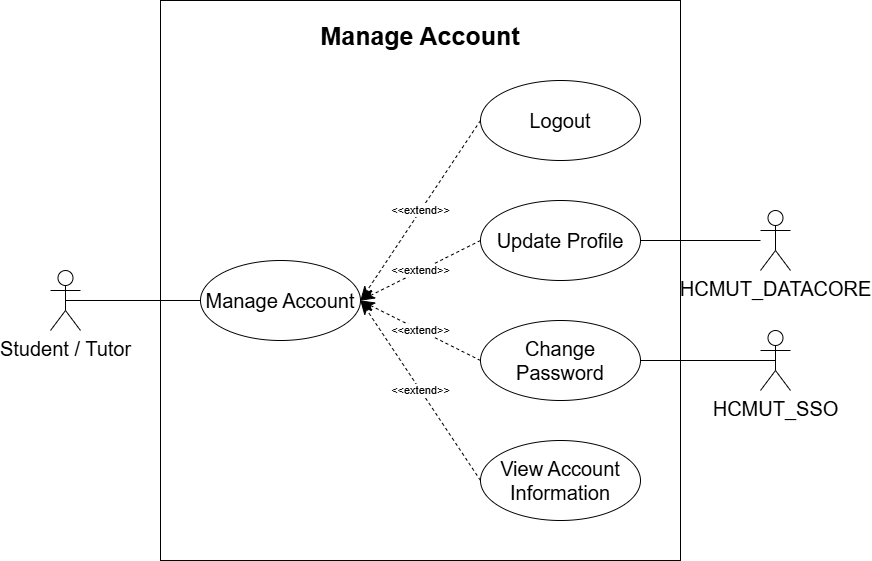
Before: docs/usecases/detailed/manage_account.drawio.png, a diagram exported from draw.io (lamtranhuynhha/tutor-support-system). Source tidied: cells renumbered, new cells last; positions are measured from the earlier drawing's top-left corner, leaving out a move shared by most shapes. Its diagram source:
```xml
<mxGraphModel background="#ffffff">
  <root>
    <mxCell id="0" />
    <mxCell id="1" parent="0" />
    <mxCell id="2" style="rounded=0;whiteSpace=wrap;html=1;" parent="1" vertex="1">
      <mxGeometry x="110" width="520" height="560" as="geometry" />
    </mxCell>
    <mxCell id="3" value="Manage Account" style="ellipse;whiteSpace=wrap;html=1;fontSize=20;" parent="1" vertex="1">
      <mxGeometry x="150" y="260" width="160" height="80" as="geometry" />
    </mxCell>
    <mxCell id="4" value="Student / Tutor" style="shape=umlActor;verticalLabelPosition=bottom;verticalAlign=top;html=1;fontSize=20;" parent="1" vertex="1">
      <mxGeometry y="270" width="30" height="60" as="geometry" />
    </mxCell>
    <mxCell id="5" value="HCMUT_SSO" style="shape=umlActor;verticalLabelPosition=bottom;verticalAlign=top;html=1;fontSize=20;" parent="1" vertex="1">
      <mxGeometry x="710" y="330" width="30" height="60" as="geometry" />
    </mxCell>
    <mxCell id="6" value="Update Profile" style="ellipse;whiteSpace=wrap;html=1;fontSize=20;" parent="1" vertex="1">
      <mxGeometry x="430" y="200" width="160" height="80" as="geometry" />
    </mxCell>
    <mxCell id="7" style="endArrow=none;html=1;rounded=0;exitX=0.5;exitY=0.5;exitDx=0;exitDy=0;exitPerimeter=0;entryX=0;entryY=0.5;entryDx=0;entryDy=0;fontSize=20;" parent="1" edge="1" source="4" target="3">
      <mxGeometry relative="1" as="geometry" />
    </mxCell>
    <mxCell id="8" style="endArrow=none;html=1;rounded=0;entryX=0.5;entryY=0.5;entryDx=0;entryDy=0;entryPerimeter=0;exitX=1;exitY=0.5;exitDx=0;exitDy=0;" parent="1" edge="1" source="14" target="5">
      <mxGeometry relative="1" as="geometry" />
    </mxCell>
    <mxCell id="9" value="&amp;lt;&amp;lt;extend&amp;gt;&amp;gt;" style="endArrow=classicThin;endSize=12;dashed=1;html=1;rounded=0;exitX=0;exitY=0.5;exitDx=0;exitDy=0;entryX=1;entryY=0.5;entryDx=0;entryDy=0;endFill=1;" parent="1" edge="1" source="6" target="3">
      <mxGeometry relative="1" as="geometry" />
    </mxCell>
    <mxCell id="10" value="Logout" style="ellipse;whiteSpace=wrap;html=1;fontSize=20;" parent="1" vertex="1">
      <mxGeometry x="430" y="80" width="160" height="80" as="geometry" />
    </mxCell>
    <mxCell id="11" value="View Account Information" style="ellipse;whiteSpace=wrap;html=1;fontSize=20;" parent="1" vertex="1">
      <mxGeometry x="430" y="440" width="160" height="80" as="geometry" />
    </mxCell>
    <mxCell id="12" value="&amp;lt;&amp;lt;extend&amp;gt;&amp;gt;" style="endArrow=classicThin;endSize=12;dashed=1;html=1;rounded=0;entryX=1;entryY=0.5;entryDx=0;entryDy=0;exitX=0;exitY=0.5;exitDx=0;exitDy=0;endFill=1;" parent="1" edge="1" source="10" target="3">
      <mxGeometry relative="1" as="geometry" />
    </mxCell>
    <mxCell id="13" value="&amp;lt;&amp;lt;extend&amp;gt;&amp;gt;" style="endArrow=classicThin;endSize=12;dashed=1;html=1;rounded=0;exitX=0;exitY=0.5;exitDx=0;exitDy=0;entryX=1;entryY=0.5;entryDx=0;entryDy=0;endFill=1;" parent="1" edge="1" source="11" target="3">
      <mxGeometry relative="1" as="geometry" />
    </mxCell>
    <mxCell id="14" value="Change Password" style="ellipse;whiteSpace=wrap;html=1;fontSize=20;" parent="1" vertex="1">
      <mxGeometry x="430" y="320" width="160" height="80" as="geometry" />
    </mxCell>
    <mxCell id="15" value="&amp;lt;&amp;lt;extend&amp;gt;&amp;gt;" style="endArrow=classicThin;endSize=12;dashed=1;html=1;rounded=0;exitX=0;exitY=0.5;exitDx=0;exitDy=0;entryX=1;entryY=0.5;entryDx=0;entryDy=0;endFill=1;" parent="1" edge="1" source="14" target="3">
      <mxGeometry relative="1" as="geometry" />
    </mxCell>
    <mxCell id="16" value="&lt;font style=&quot;font-size: 25px;&quot;&gt;&lt;b&gt;Manage Account&lt;/b&gt;&lt;/font&gt;" style="text;html=1;align=center;verticalAlign=middle;whiteSpace=wrap;rounded=0;" parent="1" vertex="1">
      <mxGeometry x="260" y="20" width="220" height="30" as="geometry" />
    </mxCell>
    <mxCell id="17" value="HCMUT_DATACORE" style="shape=umlActor;verticalLabelPosition=bottom;verticalAlign=top;html=1;fontSize=20;" parent="1" vertex="1">
      <mxGeometry x="710" y="210" width="30" height="60" as="geometry" />
    </mxCell>
    <mxCell id="18" style="endArrow=none;html=1;exitX=1;exitY=0.5;exitDx=0;exitDy=0;" parent="1" edge="1" source="6" target="17">
      <mxGeometry relative="1" as="geometry" />
    </mxCell>
  </root>
</mxGraphModel>
```
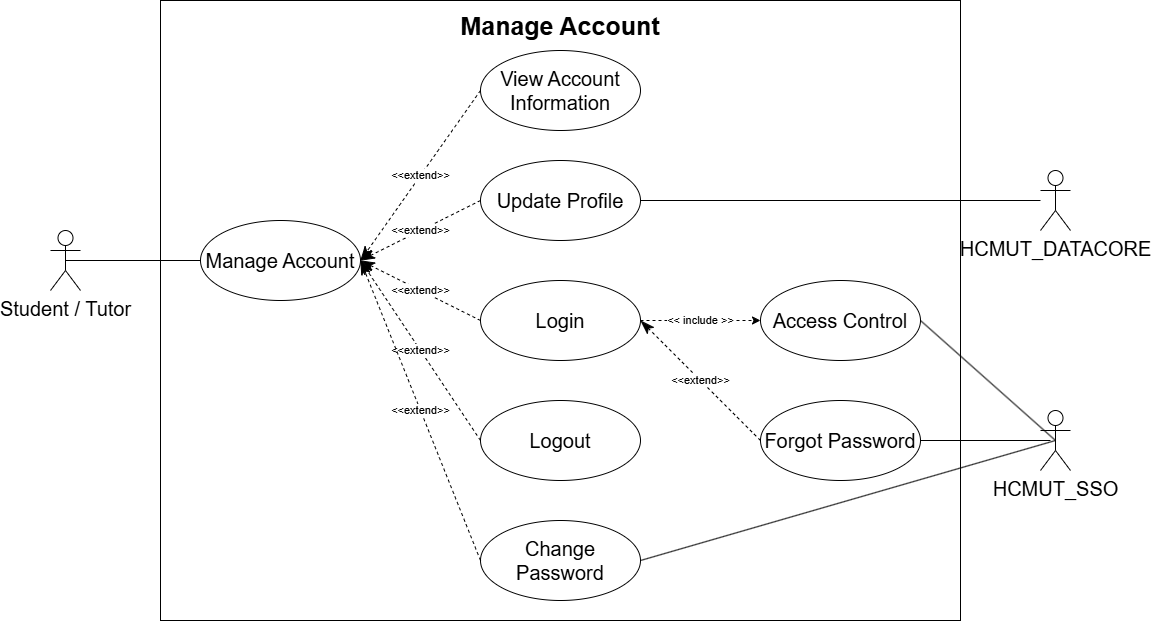
The same diagram one commit later.

Commit message:
update uc manage account, match tutors, system

Change to the diagram source:
```diff
@@ -3,7 +3,7 @@
     <mxCell id="0" />
     <mxCell id="1" parent="0" />
     <mxCell id="2" style="rounded=0;whiteSpace=wrap;html=1;" parent="1" vertex="1">
-      <mxGeometry x="110" width="520" height="560" as="geometry" />
+      <mxGeometry x="110" y="40" width="800" height="620" as="geometry" />
     </mxCell>
     <mxCell id="3" value="Manage Account" style="ellipse;whiteSpace=wrap;html=1;fontSize=20;" parent="1" vertex="1">
       <mxGeometry x="150" y="260" width="160" height="80" as="geometry" />
@@ -12,7 +12,7 @@
       <mxGeometry y="270" width="30" height="60" as="geometry" />
     </mxCell>
     <mxCell id="5" value="HCMUT_SSO" style="shape=umlActor;verticalLabelPosition=bottom;verticalAlign=top;html=1;fontSize=20;" parent="1" vertex="1">
-      <mxGeometry x="710" y="330" width="30" height="60" as="geometry" />
+      <mxGeometry x="990" y="450" width="30" height="60" as="geometry" />
     </mxCell>
     <mxCell id="6" value="Update Profile" style="ellipse;whiteSpace=wrap;html=1;fontSize=20;" parent="1" vertex="1">
       <mxGeometry x="430" y="200" width="160" height="80" as="geometry" />
@@ -27,10 +27,10 @@
       <mxGeometry relative="1" as="geometry" />
     </mxCell>
     <mxCell id="10" value="Logout" style="ellipse;whiteSpace=wrap;html=1;fontSize=20;" parent="1" vertex="1">
-      <mxGeometry x="430" y="80" width="160" height="80" as="geometry" />
+      <mxGeometry x="430" y="440" width="160" height="80" as="geometry" />
     </mxCell>
     <mxCell id="11" value="View Account Information" style="ellipse;whiteSpace=wrap;html=1;fontSize=20;" parent="1" vertex="1">
-      <mxGeometry x="430" y="440" width="160" height="80" as="geometry" />
+      <mxGeometry x="430" y="90" width="160" height="80" as="geometry" />
     </mxCell>
     <mxCell id="12" value="&amp;lt;&amp;lt;extend&amp;gt;&amp;gt;" style="endArrow=classicThin;endSize=12;dashed=1;html=1;rounded=0;entryX=1;entryY=0.5;entryDx=0;entryDy=0;exitX=0;exitY=0.5;exitDx=0;exitDy=0;endFill=1;" parent="1" edge="1" source="10" target="3">
       <mxGeometry relative="1" as="geometry" />
@@ -39,19 +39,45 @@
       <mxGeometry relative="1" as="geometry" />
     </mxCell>
     <mxCell id="14" value="Change Password" style="ellipse;whiteSpace=wrap;html=1;fontSize=20;" parent="1" vertex="1">
-      <mxGeometry x="430" y="320" width="160" height="80" as="geometry" />
+      <mxGeometry x="430" y="560" width="160" height="80" as="geometry" />
     </mxCell>
     <mxCell id="15" value="&amp;lt;&amp;lt;extend&amp;gt;&amp;gt;" style="endArrow=classicThin;endSize=12;dashed=1;html=1;rounded=0;exitX=0;exitY=0.5;exitDx=0;exitDy=0;entryX=1;entryY=0.5;entryDx=0;entryDy=0;endFill=1;" parent="1" edge="1" source="14" target="3">
       <mxGeometry relative="1" as="geometry" />
     </mxCell>
     <mxCell id="16" value="&lt;font style=&quot;font-size: 25px;&quot;&gt;&lt;b&gt;Manage Account&lt;/b&gt;&lt;/font&gt;" style="text;html=1;align=center;verticalAlign=middle;whiteSpace=wrap;rounded=0;" parent="1" vertex="1">
-      <mxGeometry x="260" y="20" width="220" height="30" as="geometry" />
+      <mxGeometry x="400" y="50" width="220" height="30" as="geometry" />
     </mxCell>
     <mxCell id="17" value="HCMUT_DATACORE" style="shape=umlActor;verticalLabelPosition=bottom;verticalAlign=top;html=1;fontSize=20;" parent="1" vertex="1">
-      <mxGeometry x="710" y="210" width="30" height="60" as="geometry" />
+      <mxGeometry x="990" y="210" width="30" height="60" as="geometry" />
     </mxCell>
     <mxCell id="18" style="endArrow=none;html=1;exitX=1;exitY=0.5;exitDx=0;exitDy=0;" parent="1" edge="1" source="6" target="17">
       <mxGeometry relative="1" as="geometry" />
     </mxCell>
+    <mxCell id="19" value="&amp;lt;&amp;lt; include &amp;gt;&amp;gt;" style="edgeStyle=none;html=1;entryX=0;entryY=0.5;entryDx=0;entryDy=0;dashed=1;" parent="1" edge="1" source="20" target="22">
+      <mxGeometry relative="1" as="geometry" />
+    </mxCell>
+    <mxCell id="20" value="Login" style="ellipse;whiteSpace=wrap;html=1;fontSize=20;" parent="1" vertex="1">
+      <mxGeometry x="430" y="320" width="160" height="80" as="geometry" />
+    </mxCell>
+    <mxCell id="21" value="&amp;lt;&amp;lt;extend&amp;gt;&amp;gt;" style="endArrow=classicThin;endSize=12;dashed=1;html=1;rounded=0;exitX=0;exitY=0.5;exitDx=0;exitDy=0;entryX=1;entryY=0.5;entryDx=0;entryDy=0;endFill=1;" parent="1" edge="1" source="20" target="3">
+      <mxGeometry relative="1" as="geometry" />
+    </mxCell>
+    <mxCell id="22" value="Access Control" style="ellipse;whiteSpace=wrap;html=1;fontSize=20;" parent="1" vertex="1">
+      <mxGeometry x="710" y="320" width="160" height="80" as="geometry" />
+    </mxCell>
+    <mxCell id="23" style="endArrow=none;html=1;rounded=0;exitX=1;exitY=0.5;exitDx=0;exitDy=0;entryX=0.5;entryY=0.5;entryDx=0;entryDy=0;entryPerimeter=0;" parent="1" edge="1" source="22" target="5">
+      <mxGeometry relative="1" as="geometry" />
+    </mxCell>
+    <mxCell id="24" value="Forgot Password" style="ellipse;whiteSpace=wrap;html=1;fontSize=20;" parent="1" vertex="1">
+      <mxGeometry x="710" y="440" width="160" height="80" as="geometry" />
+    </mxCell>
+    <mxCell id="25" value="&amp;lt;&amp;lt;extend&amp;gt;&amp;gt;" style="endArrow=classicThin;endSize=12;dashed=1;html=1;rounded=0;exitX=0;exitY=0.5;exitDx=0;exitDy=0;entryX=1;entryY=0.5;entryDx=0;entryDy=0;endFill=1;" parent="1" edge="1" source="24" target="20">
+      <mxGeometry relative="1" as="geometry" />
+    </mxCell>
+    <mxCell id="26" style="endArrow=none;html=1;rounded=0;exitX=1;exitY=0.5;exitDx=0;exitDy=0;" parent="1" edge="1" source="24">
+      <mxGeometry relative="1" as="geometry">
+        <mxPoint x="1000" y="480" as="targetPoint" />
+      </mxGeometry>
+    </mxCell>
   </root>
 </mxGraphModel>
```
